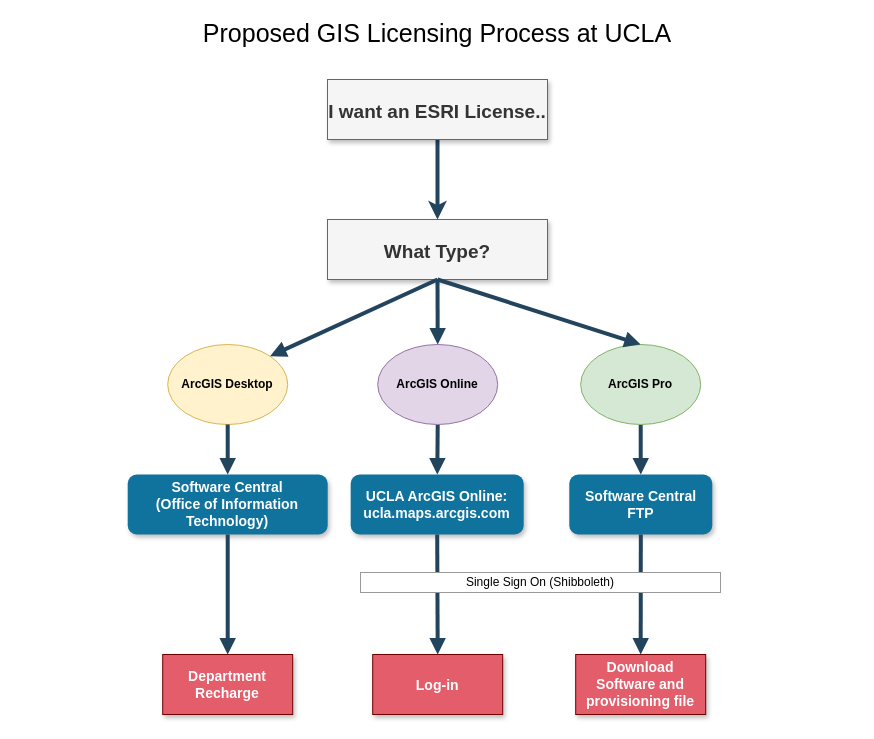
Before: Proposed ArcGIS Licensing Process at UCLA v2.drawio in albertkun/uclagis, a draw.io diagram. Source tidied: cells renumbered, new cells numbered last; positions are measured from the earlier drawing's top-left corner, leaving out a move shared by most shapes. Both pictures are drawn from the tidied source at 100%, with x=0, y=0 at pixel (17, 22).
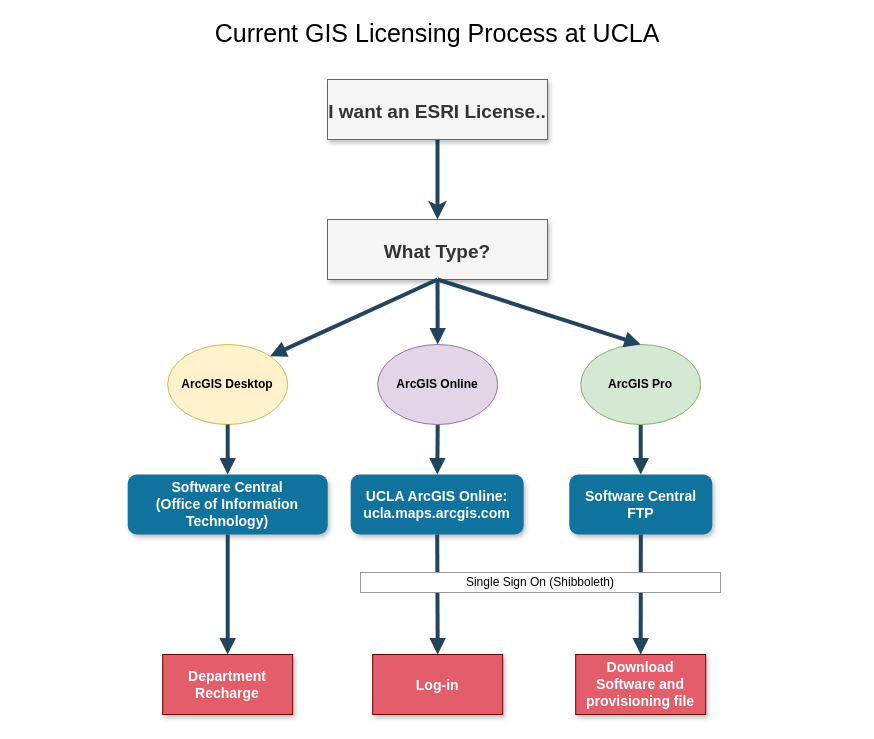
After the change.

Commit message:
Current ArcGIS Licensing Process at UCLA v2.drawio

What changed in the source:
```diff
@@
-    <mxCell id="2" value="Proposed GIS Licensing Process at UCLA " style="text;html=1;align=center;verticalAlign=middle;whiteSpace=wrap;rounded=0;fontSize=25;fillColor=#ffffff;" parent="1" vertex="1">
+    <mxCell id="2" value="Current GIS Licensing Process at UCLA " style="text;html=1;align=center;verticalAlign=middle;whiteSpace=wrap;rounded=0;fontSize=25;fillColor=#ffffff;" parent="1" vertex="1">
       <mxGeometry width="840" height="20" as="geometry" />
     </mxCell>
```
